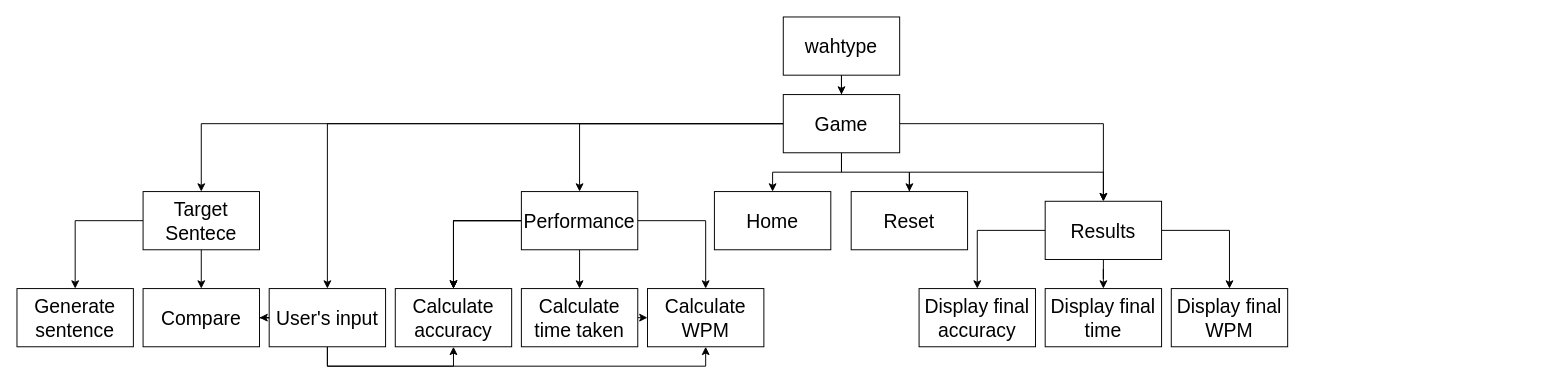
The draw.io diagram diagrams/systems diagram (FTS).drawio in Bxnetic/wahtype, before the edit. Source tidied: cells renumbered, new cells numbered last; positions are measured from the earlier drawing's top-left corner, leaving out a move shared by most shapes. Both pictures are drawn from the tidied source at 97%, with x=0, y=0 at pixel (16, 16).
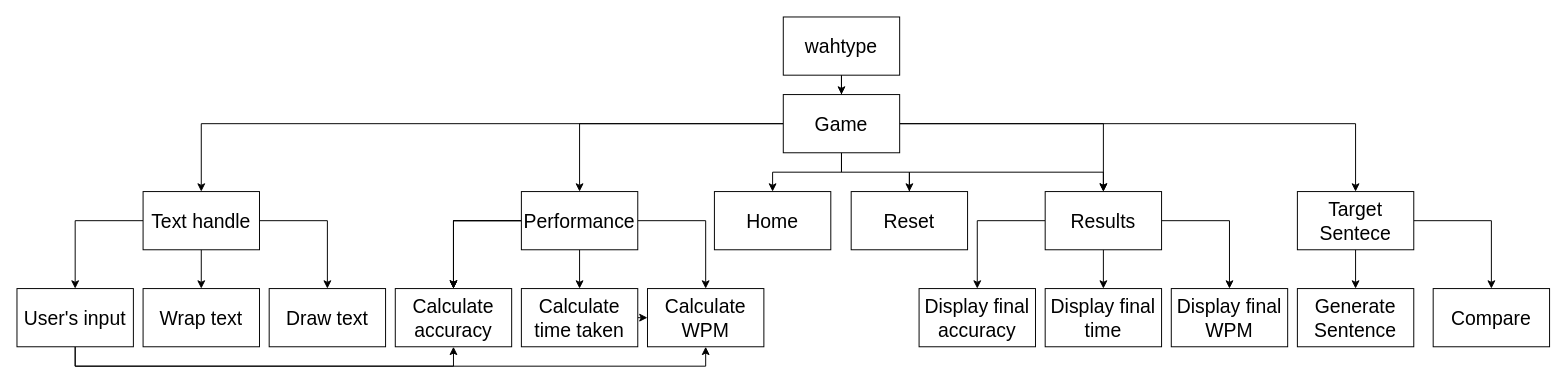
The same diagram, later.

Unchanged cells that the change refers to:
```xml
<mxCell id="26" value="Calculate WPM" style="rounded=0;whiteSpace=wrap;html=1;fontSize=20;" parent="1" vertex="1">
  <mxGeometry x="650" y="280" width="120" height="60" as="geometry" />
</mxCell>
<mxCell id="27" value="Calculate accuracy" style="rounded=0;whiteSpace=wrap;html=1;fontSize=20;" parent="1" vertex="1">
  <mxGeometry x="390" y="280" width="120" height="60" as="geometry" />
</mxCell>
```

Diff of the diagram source:
```diff
@@
     <mxCell id="13" value="Target Sentece" style="rounded=0;whiteSpace=wrap;html=1;fontSize=20;" parent="1" vertex="1">
-      <mxGeometry x="130" y="180" width="120" height="60" as="geometry" />
+      <mxGeometry x="1320" y="180" width="120" height="60" as="geometry" />
     </mxCell>
-    <mxCell id="14" value="Generate sentence" style="rounded=0;whiteSpace=wrap;html=1;fontSize=20;" parent="1" vertex="1">
-      <mxGeometry y="280" width="120" height="60" as="geometry" />
+    <mxCell id="14" value="Compare" style="rounded=0;whiteSpace=wrap;html=1;fontSize=20;" parent="1" vertex="1">
+      <mxGeometry x="1460" y="280" width="120" height="60" as="geometry" />
     </mxCell>
-    <mxCell id="15" style="edgeStyle=orthogonalEdgeStyle;rounded=0;jettySize=auto;html=1;" parent="1" edge="1" source="18" target="19">
-      <mxGeometry relative="1" as="geometry" />
-    </mxCell>
-    <mxCell id="16" style="edgeStyle=orthogonalEdgeStyle;rounded=0;jettySize=auto;html=1;exitX=0.5;exitY=1;exitDx=0;exitDy=0;entryX=0.5;entryY=1;entryDx=0;entryDy=0;" parent="1" edge="1" source="18" target="27">
-      <mxGeometry relative="1" as="geometry" />
-    </mxCell>
-    <mxCell id="17" style="edgeStyle=orthogonalEdgeStyle;rounded=0;jettySize=auto;html=1;exitX=0.5;exitY=1;exitDx=0;exitDy=0;entryX=0.5;entryY=1;entryDx=0;entryDy=0;" parent="1" edge="1" source="18" target="26">
-      <mxGeometry relative="1" as="geometry" />
-    </mxCell>
+    <mxCell id="40" style="edgeStyle=orthogonalEdgeStyle;rounded=0;jettySize=auto;html=1;" parent="1" edge="1" source="18" target="45">
+      <mxGeometry relative="1" as="geometry" />
+    </mxCell>
+    <mxCell id="41" style="edgeStyle=orthogonalEdgeStyle;rounded=0;jettySize=auto;html=1;" parent="1" edge="1" source="18" target="46">
+      <mxGeometry relative="1" as="geometry" />
+    </mxCell>
+    <mxCell id="42" style="edgeStyle=orthogonalEdgeStyle;rounded=0;jettySize=auto;html=1;" parent="1" edge="1" source="18" target="47">
+      <mxGeometry relative="1" as="geometry" />
+    </mxCell>
-    <mxCell id="18" value="User's input" style="rounded=0;whiteSpace=wrap;html=1;fontSize=20;" parent="1" vertex="1">
-      <mxGeometry x="260" y="280" width="120" height="60" as="geometry" />
+    <mxCell id="18" value="Text handle" style="rounded=0;whiteSpace=wrap;html=1;fontSize=20;" parent="1" vertex="1">
+      <mxGeometry x="130" y="180" width="120" height="60" as="geometry" />
     </mxCell>
-    <mxCell id="19" value="Compare" style="rounded=0;whiteSpace=wrap;html=1;fontSize=20;" parent="1" vertex="1">
-      <mxGeometry x="130" y="280" width="120" height="60" as="geometry" />
+    <mxCell id="19" value="&lt;div&gt;Generate&lt;/div&gt;&lt;div&gt;Sentence&lt;/div&gt;" style="rounded=0;whiteSpace=wrap;html=1;fontSize=20;" parent="1" vertex="1">
+      <mxGeometry x="1320" y="280" width="120" height="60" as="geometry" />
     </mxCell>
@@
     <mxCell id="33" value="Results" style="rounded=0;whiteSpace=wrap;html=1;fontSize=20;" parent="1" vertex="1">
-      <mxGeometry x="1060" y="190" width="120" height="60" as="geometry" />
+      <mxGeometry x="1060" y="180" width="120" height="60" as="geometry" />
     </mxCell>
@@
+    <mxCell id="43" style="edgeStyle=orthogonalEdgeStyle;rounded=0;jettySize=auto;html=1;exitX=0.5;exitY=1;exitDx=0;exitDy=0;entryX=0.5;entryY=1;entryDx=0;entryDy=0;" parent="1" edge="1" source="45" target="26">
+      <mxGeometry relative="1" as="geometry" />
+    </mxCell>
+    <mxCell id="44" style="edgeStyle=orthogonalEdgeStyle;rounded=0;jettySize=auto;html=1;exitX=0.5;exitY=1;exitDx=0;exitDy=0;entryX=0.5;entryY=1;entryDx=0;entryDy=0;" parent="1" edge="1" source="45" target="27">
+      <mxGeometry relative="1" as="geometry" />
+    </mxCell>
+    <mxCell id="45" value="User's input" style="rounded=0;whiteSpace=wrap;html=1;fontSize=20;" parent="1" vertex="1">
+      <mxGeometry y="280" width="120" height="60" as="geometry" />
+    </mxCell>
+    <mxCell id="46" value="Wrap text" style="rounded=0;whiteSpace=wrap;html=1;fontSize=20;" parent="1" vertex="1">
+      <mxGeometry x="130" y="280" width="120" height="60" as="geometry" />
+    </mxCell>
+    <mxCell id="47" value="Draw text" style="rounded=0;whiteSpace=wrap;html=1;fontSize=20;" parent="1" vertex="1">
+      <mxGeometry x="260" y="280" width="120" height="60" as="geometry" />
+    </mxCell>
```
